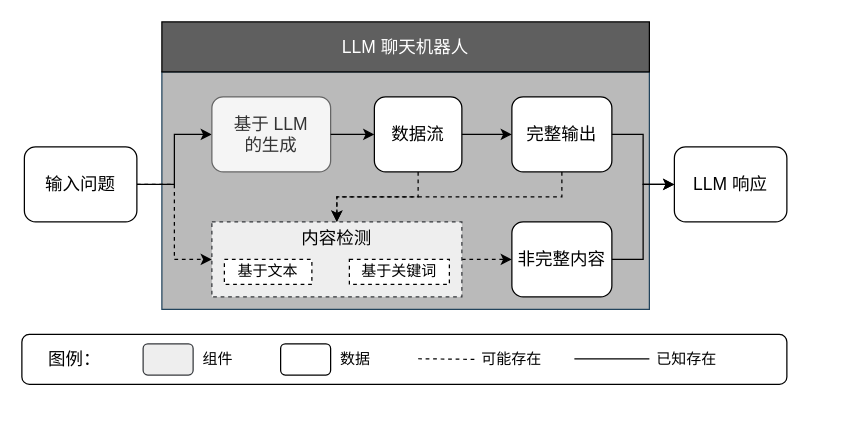
This is masterkey-defense-mechanism.drawio from fyl01/testgit, a draw.io file, before an edit. Source tidied: cells renumbered, new cells numbered last; positions are measured from the earlier drawing's top-left corner, leaving out a move shared by most shapes. Both pictures are drawn from the tidied source at 125%, with x=0, y=0 at pixel (21, 21).
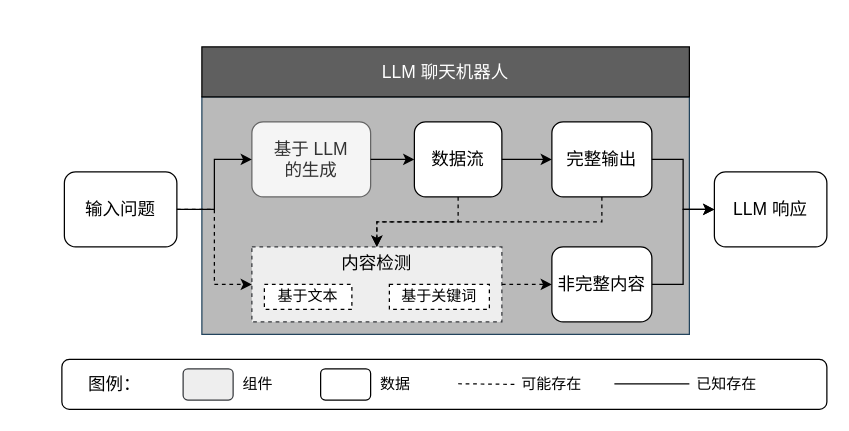
The same page after the edit.

The change refers to these unchanged cells:
```xml
<mxCell id="8" value="&lt;font style=&quot;font-size: 14px;&quot;&gt;基于 LLM &lt;br&gt;的生成&lt;/font&gt;" style="rounded=1;whiteSpace=wrap;html=1;fillColor=#f5f5f5;strokeColor=#666666;fontColor=#333333;" parent="7" vertex="1">
  <mxGeometry width="95" height="60" as="geometry" />
</mxCell>
<mxCell id="9" value="&lt;font style=&quot;font-size: 14px;&quot;&gt;数据流&lt;/font&gt;" style="whiteSpace=wrap;html=1;rounded=1;" parent="7" vertex="1">
  <mxGeometry x="130" width="70" height="60" as="geometry" />
</mxCell>
<mxCell id="11" value="&lt;font style=&quot;font-size: 14px;&quot;&gt;完整输出&lt;/font&gt;" style="whiteSpace=wrap;html=1;rounded=1;" parent="7" vertex="1">
  <mxGeometry x="240" width="80" height="60" as="geometry" />
</mxCell>
```

What changed in the source:
```diff
@@
+    <mxCell id="32" style="group;" parent="1" vertex="1">
+      <mxGeometry x="32" y="20" width="612" height="290" as="geometry" />
+    </mxCell>
-    <mxCell id="2" style="rounded=0;whiteSpace=wrap;html=1;fillColor=#bababa;strokeColor=#23445d;" parent="1" vertex="1">
+    <mxCell id="2" style="rounded=0;whiteSpace=wrap;html=1;fillColor=#bababa;strokeColor=#23445d;" parent="32" vertex="1">
       <mxGeometry x="112" y="40" width="390" height="190" as="geometry" />
     </mxCell>
-    <mxCell id="3" style="edgeStyle=orthogonalEdgeStyle;rounded=0;jettySize=auto;html=1;exitX=1;exitY=0.5;exitDx=0;exitDy=0;entryX=0;entryY=0.5;entryDx=0;entryDy=0;" parent="1" edge="1" source="5" target="8">
-      <mxGeometry relative="1" as="geometry" />
-    </mxCell>
-    <mxCell id="4" style="edgeStyle=orthogonalEdgeStyle;rounded=0;jettySize=auto;html=1;exitX=1;exitY=0.5;exitDx=0;exitDy=0;entryX=0;entryY=0.5;entryDx=0;entryDy=0;dashed=1;" parent="1" edge="1" source="5" target="16">
-      <mxGeometry relative="1" as="geometry" />
-    </mxCell>
-    <mxCell id="5" value="&lt;font style=&quot;font-size: 14px;&quot;&gt;输入问题&lt;/font&gt;" style="rounded=1;whiteSpace=wrap;html=1;" parent="1" vertex="1">
+    <mxCell id="5" value="&lt;font style=&quot;font-size: 14px;&quot;&gt;输入问题&lt;/font&gt;" style="rounded=1;whiteSpace=wrap;html=1;" parent="32" vertex="1">
       <mxGeometry x="2" y="100" width="90" height="60" as="geometry" />
     </mxCell>
-    <mxCell id="6" value="&lt;font style=&quot;font-size: 14px;&quot;&gt;LLM 响应&lt;/font&gt;" style="rounded=1;whiteSpace=wrap;html=1;" parent="1" vertex="1">
+    <mxCell id="6" value="&lt;font style=&quot;font-size: 14px;&quot;&gt;LLM 响应&lt;/font&gt;" style="rounded=1;whiteSpace=wrap;html=1;" parent="32" vertex="1">
       <mxGeometry x="522" y="100" width="90" height="60" as="geometry" />
     </mxCell>
-    <mxCell id="7" style="group;" parent="1" vertex="1">
+    <mxCell id="7" style="group;" parent="32" vertex="1">
       <mxGeometry x="152" y="60" width="320" height="60" as="geometry" />
     </mxCell>
@@
+    <mxCell id="3" style="edgeStyle=orthogonalEdgeStyle;rounded=0;jettySize=auto;html=1;exitX=1;exitY=0.5;exitDx=0;exitDy=0;entryX=0;entryY=0.5;entryDx=0;entryDy=0;" parent="32" edge="1" source="5" target="8">
+      <mxGeometry relative="1" as="geometry" />
+    </mxCell>
-    <mxCell id="13" value="&lt;font color=&quot;#ffffff&quot; style=&quot;font-size: 14px;&quot;&gt;LLM 聊天机器人&lt;/font&gt;" style="rounded=0;whiteSpace=wrap;html=1;fillColor=#5f5f5f;" parent="1" vertex="1">
+    <mxCell id="13" value="&lt;font color=&quot;#ffffff&quot; style=&quot;font-size: 14px;&quot;&gt;LLM 聊天机器人&lt;/font&gt;" style="rounded=0;whiteSpace=wrap;html=1;fillColor=#5f5f5f;" parent="32" vertex="1">
       <mxGeometry x="112" width="390" height="40" as="geometry" />
     </mxCell>
-    <mxCell id="14" style="edgeStyle=orthogonalEdgeStyle;rounded=0;jettySize=auto;html=1;exitX=1;exitY=0.5;exitDx=0;exitDy=0;entryX=0;entryY=0.5;entryDx=0;entryDy=0;" parent="1" edge="1" source="11" target="6">
+    <mxCell id="14" style="edgeStyle=orthogonalEdgeStyle;rounded=0;jettySize=auto;html=1;exitX=1;exitY=0.5;exitDx=0;exitDy=0;entryX=0;entryY=0.5;entryDx=0;entryDy=0;" parent="32" edge="1" source="11" target="6">
       <mxGeometry relative="1" as="geometry" />
     </mxCell>
-    <mxCell id="15" style="edgeStyle=orthogonalEdgeStyle;rounded=0;jettySize=auto;html=1;exitX=1;exitY=0.5;exitDx=0;exitDy=0;dashed=1;" parent="1" edge="1" source="16" target="22">
-      <mxGeometry relative="1" as="geometry" />
-    </mxCell>
-    <mxCell id="16" value="&lt;font style=&quot;font-size: 14px;&quot;&gt;内容检测&lt;br&gt;&lt;br&gt;&lt;br&gt;&lt;/font&gt;" style="rounded=0;whiteSpace=wrap;html=1;dashed=1;fillColor=#eeeeee;strokeColor=#36393d;" parent="1" vertex="1">
+    <mxCell id="16" value="&lt;font style=&quot;font-size: 14px;&quot;&gt;内容检测&lt;br&gt;&lt;br&gt;&lt;br&gt;&lt;/font&gt;" style="rounded=0;whiteSpace=wrap;html=1;dashed=1;fillColor=#eeeeee;strokeColor=#36393d;" parent="32" vertex="1">
       <mxGeometry x="152" y="160" width="200" height="60" as="geometry" />
     </mxCell>
-    <mxCell id="17" value="基于文本" style="rounded=0;whiteSpace=wrap;html=1;dashed=1;" parent="1" vertex="1">
+    <mxCell id="17" value="基于文本" style="rounded=0;whiteSpace=wrap;html=1;dashed=1;" parent="32" vertex="1">
       <mxGeometry x="162" y="190" width="70" height="20" as="geometry" />
     </mxCell>
-    <mxCell id="18" value="基于关键词" style="rounded=0;whiteSpace=wrap;html=1;dashed=1;" parent="1" vertex="1">
+    <mxCell id="18" value="基于关键词" style="rounded=0;whiteSpace=wrap;html=1;dashed=1;" parent="32" vertex="1">
       <mxGeometry x="262" y="190" width="80" height="20" as="geometry" />
     </mxCell>
+    <mxCell id="4" style="edgeStyle=orthogonalEdgeStyle;rounded=0;jettySize=auto;html=1;exitX=1;exitY=0.5;exitDx=0;exitDy=0;entryX=0;entryY=0.5;entryDx=0;entryDy=0;dashed=1;" parent="32" edge="1" source="5" target="16">
+      <mxGeometry relative="1" as="geometry" />
+    </mxCell>
-    <mxCell id="19" style="edgeStyle=orthogonalEdgeStyle;rounded=0;jettySize=auto;html=1;exitX=0.5;exitY=1;exitDx=0;exitDy=0;entryX=0.5;entryY=0;entryDx=0;entryDy=0;dashed=1;" parent="1" edge="1" source="9" target="16">
+    <mxCell id="19" style="edgeStyle=orthogonalEdgeStyle;rounded=0;jettySize=auto;html=1;exitX=0.5;exitY=1;exitDx=0;exitDy=0;entryX=0.5;entryY=0;entryDx=0;entryDy=0;dashed=1;" parent="32" edge="1" source="9" target="16">
       <mxGeometry relative="1" as="geometry" />
     </mxCell>
-    <mxCell id="20" style="edgeStyle=orthogonalEdgeStyle;rounded=0;jettySize=auto;html=1;exitX=0.5;exitY=1;exitDx=0;exitDy=0;entryX=0.5;entryY=0;entryDx=0;entryDy=0;dashed=1;" parent="1" edge="1" source="11" target="16">
+    <mxCell id="20" style="edgeStyle=orthogonalEdgeStyle;rounded=0;jettySize=auto;html=1;exitX=0.5;exitY=1;exitDx=0;exitDy=0;entryX=0.5;entryY=0;entryDx=0;entryDy=0;dashed=1;" parent="32" edge="1" source="11" target="16">
       <mxGeometry relative="1" as="geometry" />
     </mxCell>
-    <mxCell id="21" style="edgeStyle=orthogonalEdgeStyle;rounded=0;jettySize=auto;html=1;exitX=1;exitY=0.5;exitDx=0;exitDy=0;entryX=0;entryY=0.5;entryDx=0;entryDy=0;" parent="1" edge="1" source="22" target="6">
+    <mxCell id="21" style="edgeStyle=orthogonalEdgeStyle;rounded=0;jettySize=auto;html=1;exitX=1;exitY=0.5;exitDx=0;exitDy=0;entryX=0;entryY=0.5;entryDx=0;entryDy=0;" parent="32" edge="1" source="22" target="6">
       <mxGeometry relative="1" as="geometry" />
     </mxCell>
-    <mxCell id="22" value="&lt;font style=&quot;font-size: 14px;&quot;&gt;非完整内容&lt;/font&gt;" style="rounded=1;whiteSpace=wrap;html=1;" parent="1" vertex="1">
+    <mxCell id="22" value="&lt;font style=&quot;font-size: 14px;&quot;&gt;非完整内容&lt;/font&gt;" style="rounded=1;whiteSpace=wrap;html=1;" parent="32" vertex="1">
       <mxGeometry x="392" y="160" width="80" height="60" as="geometry" />
     </mxCell>
+    <mxCell id="15" style="edgeStyle=orthogonalEdgeStyle;rounded=0;jettySize=auto;html=1;exitX=1;exitY=0.5;exitDx=0;exitDy=0;dashed=1;" parent="32" edge="1" source="16" target="22">
+      <mxGeometry relative="1" as="geometry" />
+    </mxCell>
-    <mxCell id="23" value="&lt;font style=&quot;font-size: 14px;&quot;&gt;&amp;nbsp; &amp;nbsp; &amp;nbsp;图例：&lt;/font&gt;" style="rounded=1;whiteSpace=wrap;html=1;align=left;" parent="1" vertex="1">
+    <mxCell id="23" value="&lt;font style=&quot;font-size: 14px;&quot;&gt;&amp;nbsp; &amp;nbsp; &amp;nbsp;图例：&lt;/font&gt;" style="rounded=1;whiteSpace=wrap;html=1;align=left;" parent="32" vertex="1">
       <mxGeometry y="250" width="612" height="40" as="geometry" />
     </mxCell>
-    <mxCell id="24" style="rounded=1;whiteSpace=wrap;html=1;fillColor=#eeeeee;strokeColor=#36393d;" parent="1" vertex="1">
+    <mxCell id="24" style="rounded=1;whiteSpace=wrap;html=1;fillColor=#eeeeee;strokeColor=#36393d;" parent="32" vertex="1">
       <mxGeometry x="97" y="257.5" width="40" height="25" as="geometry" />
     </mxCell>
-    <mxCell id="25" value="组件" style="text;html=1;strokeColor=none;fillColor=none;align=center;verticalAlign=middle;whiteSpace=wrap;rounded=0;" parent="1" vertex="1">
+    <mxCell id="25" value="组件" style="text;html=1;strokeColor=none;fillColor=none;align=center;verticalAlign=middle;whiteSpace=wrap;rounded=0;" parent="32" vertex="1">
       <mxGeometry x="127" y="255" width="60" height="30" as="geometry" />
     </mxCell>
-    <mxCell id="26" style="rounded=1;whiteSpace=wrap;html=1;" parent="1" vertex="1">
+    <mxCell id="26" style="rounded=1;whiteSpace=wrap;html=1;" parent="32" vertex="1">
       <mxGeometry x="207" y="257.5" width="40" height="25" as="geometry" />
     </mxCell>
-    <mxCell id="27" value="数据" style="text;html=1;strokeColor=none;fillColor=none;align=center;verticalAlign=middle;whiteSpace=wrap;rounded=0;" parent="1" vertex="1">
+    <mxCell id="27" value="数据" style="text;html=1;strokeColor=none;fillColor=none;align=center;verticalAlign=middle;whiteSpace=wrap;rounded=0;" parent="32" vertex="1">
       <mxGeometry x="237" y="255" width="60" height="30" as="geometry" />
     </mxCell>
-    <mxCell id="28" style="endArrow=none;dashed=1;html=1;rounded=0;" parent="1" edge="1">
+    <mxCell id="28" style="endArrow=none;dashed=1;html=1;rounded=0;" parent="32" edge="1">
       <mxGeometry relative="1" as="geometry">
         <mxPoint x="317" y="269.5" as="sourcePoint" />
         <mxPoint x="362" y="270" as="targetPoint" />
       </mxGeometry>
     </mxCell>
-    <mxCell id="29" value="可能存在" style="text;html=1;strokeColor=none;fillColor=none;align=center;verticalAlign=middle;whiteSpace=wrap;rounded=0;" parent="1" vertex="1">
+    <mxCell id="29" value="可能存在" style="text;html=1;strokeColor=none;fillColor=none;align=center;verticalAlign=middle;whiteSpace=wrap;rounded=0;" parent="32" vertex="1">
       <mxGeometry x="362" y="255" width="60" height="30" as="geometry" />
     </mxCell>
-    <mxCell id="30" style="endArrow=none;html=1;rounded=0;" parent="1" edge="1">
+    <mxCell id="30" style="endArrow=none;html=1;rounded=0;" parent="32" edge="1">
       <mxGeometry relative="1" as="geometry">
         <mxPoint x="442" y="269.5" as="sourcePoint" />
         <mxPoint x="502" y="269.5" as="targetPoint" />
       </mxGeometry>
     </mxCell>
-    <mxCell id="31" value="已知存在" style="text;html=1;strokeColor=none;fillColor=none;align=center;verticalAlign=middle;whiteSpace=wrap;rounded=0;" parent="1" vertex="1">
+    <mxCell id="31" value="已知存在" style="text;html=1;strokeColor=none;fillColor=none;align=center;verticalAlign=middle;whiteSpace=wrap;rounded=0;" parent="32" vertex="1">
       <mxGeometry x="502" y="255" width="60" height="30" as="geometry" />
     </mxCell>
```
